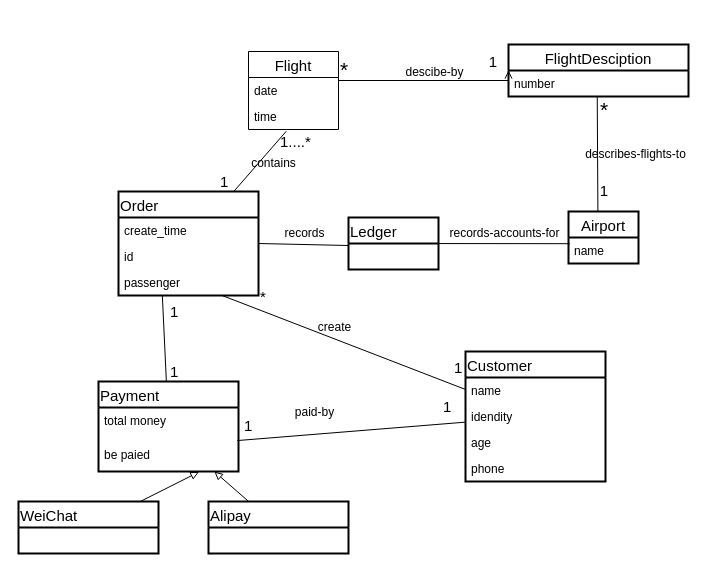
Before: Untitled Diagram.drawio in hyh957947142/drawIo, a draw.io diagram. Source tidied: cells renumbered, new cells numbered last; positions are measured from the earlier drawing's top-left corner, leaving out a move shared by most shapes. Both pictures are drawn from the tidied source at 100%, with x=0, y=0 at pixel (18, 44).
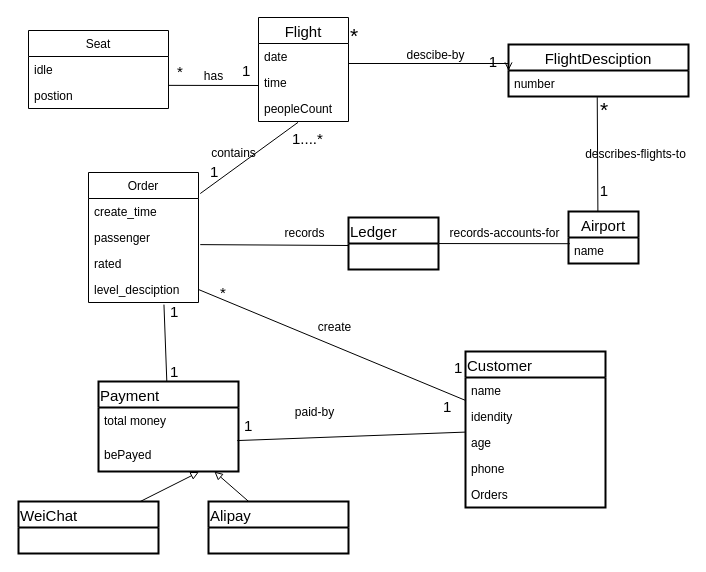
The same page after the edit.

Unchanged cells that the change refers to:
```xml
<mxCell id="8" value="time" style="text;strokeColor=none;fillColor=none;align=left;verticalAlign=top;spacingLeft=4;spacingRight=4;overflow=hidden;points=[[0,0.5],[1,0.5]];portConstraint=eastwest;" parent="6" vertex="1">
  <mxGeometry y="52" width="90" height="26" as="geometry" />
</mxCell>
<mxCell id="30" value="Payment" style="swimlane;fontStyle=0;horizontal=1;startSize=26;fillColor=none;strokeWidth=2;fontSize=15;align=left;" parent="1" vertex="1">
  <mxGeometry x="80" y="337" width="140" height="90" as="geometry" />
</mxCell>
```

Diff of the diagram source:
```diff
@@
     <mxCell id="6" value="Flight" style="swimlane;fontStyle=0;horizontal=1;startSize=26;fillColor=none;fontSize=15;" parent="1" vertex="1">
-      <mxGeometry x="230" y="7" width="90" height="78" as="geometry" />
+      <mxGeometry x="240" y="-27" width="90" height="104" as="geometry" />
     </mxCell>
@@
+    <mxCell id="53" value="peopleCount" style="text;strokeColor=none;fillColor=none;align=left;verticalAlign=top;spacingLeft=4;spacingRight=4;overflow=hidden;points=[[0,0.5],[1,0.5]];portConstraint=eastwest;" parent="6" vertex="1">
+      <mxGeometry y="78" width="90" height="26" as="geometry" />
+    </mxCell>
@@
-    <mxCell id="17" style="edgeStyle=none;rounded=0;jettySize=auto;html=1;entryX=0.419;entryY=1.069;entryDx=0;entryDy=0;entryPerimeter=0;endArrow=none;endFill=0;fontSize=15;" parent="1" edge="1" source="18" target="8">
+    <mxCell id="17" style="edgeStyle=none;rounded=0;jettySize=auto;html=1;entryX=0.439;entryY=1.034;entryDx=0;entryDy=0;entryPerimeter=0;endArrow=none;endFill=0;fontSize=15;exitX=1.016;exitY=0.162;exitDx=0;exitDy=0;exitPerimeter=0;" parent="1" edge="1" source="18" target="53">
       <mxGeometry relative="1" as="geometry" />
     </mxCell>
-    <mxCell id="18" value="Order" style="swimlane;fontStyle=0;horizontal=1;startSize=26;fillColor=none;strokeWidth=2;fontSize=15;align=left;" parent="1" vertex="1">
-      <mxGeometry x="100" y="147" width="140" height="104" as="geometry" />
-    </mxCell>
-    <mxCell id="19" value="create_time" style="text;strokeColor=none;fillColor=none;align=left;verticalAlign=top;spacingLeft=4;spacingRight=4;overflow=hidden;" parent="18" vertex="1">
-      <mxGeometry y="26" width="140" height="26" as="geometry" />
-    </mxCell>
-    <mxCell id="20" value="id" style="text;strokeColor=none;fillColor=none;align=left;verticalAlign=top;spacingLeft=4;spacingRight=4;overflow=hidden;" parent="18" vertex="1">
-      <mxGeometry y="52" width="140" height="26" as="geometry" />
-    </mxCell>
-    <mxCell id="21" value="passenger" style="text;strokeColor=none;fillColor=none;align=left;verticalAlign=top;spacingLeft=4;spacingRight=4;overflow=hidden;points=[[0,0.5],[1,0.5]];portConstraint=eastwest;" parent="18" vertex="1">
-      <mxGeometry y="78" width="140" height="26" as="geometry" />
-    </mxCell>
-    <mxCell id="22" style="edgeStyle=none;rounded=0;jettySize=auto;html=1;endArrow=none;endFill=0;fontSize=15;" parent="1" edge="1" source="24" target="21">
+    <mxCell id="22" style="edgeStyle=none;rounded=0;jettySize=auto;html=1;endArrow=none;endFill=0;fontSize=15;entryX=1;entryY=0.5;entryDx=0;entryDy=0;" parent="1" edge="1" source="24" target="63">
       <mxGeometry relative="1" as="geometry" />
     </mxCell>
@@
     <mxCell id="24" value="Customer" style="swimlane;fontStyle=0;horizontal=1;startSize=26;fillColor=none;strokeWidth=2;fontSize=15;align=left;" parent="1" vertex="1">
-      <mxGeometry x="447" y="307" width="140" height="130" as="geometry" />
+      <mxGeometry x="447" y="307" width="140" height="156" as="geometry" />
     </mxCell>
@@
+    <mxCell id="54" value="Orders" style="text;strokeColor=none;fillColor=none;align=left;verticalAlign=top;spacingLeft=4;spacingRight=4;overflow=hidden;" parent="24" vertex="1">
+      <mxGeometry y="130" width="140" height="26" as="geometry" />
+    </mxCell>
-    <mxCell id="29" style="edgeStyle=none;rounded=0;jettySize=auto;html=1;entryX=0.313;entryY=0.989;entryDx=0;entryDy=0;entryPerimeter=0;endArrow=none;endFill=0;fontSize=15;" parent="1" edge="1" source="30" target="21">
+    <mxCell id="29" style="edgeStyle=none;rounded=0;jettySize=auto;html=1;entryX=0.686;entryY=1.081;entryDx=0;entryDy=0;entryPerimeter=0;endArrow=none;endFill=0;fontSize=15;" parent="1" edge="1" source="30" target="63">
       <mxGeometry relative="1" as="geometry" />
     </mxCell>
@@
-    <mxCell id="32" value="be paied" style="text;strokeColor=none;fillColor=none;align=left;verticalAlign=top;spacingLeft=4;spacingRight=4;overflow=hidden;points=[[0,0.5],[1,0.5]];portConstraint=eastwest;" parent="30" vertex="1">
+    <mxCell id="32" value="bePayed" style="text;strokeColor=none;fillColor=none;align=left;verticalAlign=top;spacingLeft=4;spacingRight=4;overflow=hidden;points=[[0,0.5],[1,0.5]];portConstraint=eastwest;" parent="30" vertex="1">
       <mxGeometry y="60" width="140" height="30" as="geometry" />
     </mxCell>
@@
-    <mxCell id="35" style="edgeStyle=none;rounded=0;orthogonalLoop=1;jettySize=auto;html=1;endArrow=none;endFill=0;fontSize=15;exitX=0;exitY=0.5;exitDx=0;exitDy=0;" parent="1" edge="1">
+    <mxCell id="35" style="edgeStyle=none;rounded=0;jettySize=auto;html=1;endArrow=none;endFill=0;fontSize=15;exitX=0;exitY=0.5;exitDx=0;exitDy=0;entryX=1.016;entryY=0.774;entryDx=0;entryDy=0;entryPerimeter=0;" parent="1" edge="1" target="21">
       <mxGeometry relative="1" as="geometry">
         <mxPoint x="330" y="201" as="sourcePoint" />
-        <mxPoint x="240" y="199" as="targetPoint" />
       </mxGeometry>
     </mxCell>
@@
     <mxCell id="40" value="1....*" style="align=left;verticalAlign=bottom;labelBackgroundColor=none;fontSize=15;" parent="1" vertex="1">
-      <mxGeometry x="260" y="107" as="geometry" />
+      <mxGeometry x="280" y="97" as="geometry">
+        <mxPoint x="-8" y="7" as="offset" />
+      </mxGeometry>
     </mxCell>
     <mxCell id="41" value="1" style="align=left;verticalAlign=bottom;labelBackgroundColor=none;fontSize=15;" parent="1" vertex="1">
-      <mxGeometry x="200" y="147" as="geometry" />
+      <mxGeometry x="190" y="137" as="geometry" />
     </mxCell>
     <mxCell id="42" value="contains" style="text;html=1;align=center;verticalAlign=middle;labelBackgroundColor=none;rounded=0;shadow=0;strokeWidth=1;fontSize=12;" parent="1" vertex="1">
-      <mxGeometry x="250" y="117" as="geometry">
+      <mxGeometry x="210" y="107" as="geometry">
         <mxPoint x="4" y="1" as="offset" />
       </mxGeometry>
     </mxCell>
@@
     <mxCell id="51" value="*" style="align=left;verticalAlign=bottom;labelBackgroundColor=none;fontSize=15;" parent="1" vertex="1">
-      <mxGeometry x="240" y="262" as="geometry" />
+      <mxGeometry x="200" y="258" as="geometry" />
     </mxCell>
@@
+    <mxCell id="55" style="rounded=0;jettySize=auto;html=1;endArrow=none;endFill=0;exitX=0.999;exitY=0.11;exitDx=0;exitDy=0;exitPerimeter=0;" parent="1" edge="1" source="58">
+      <mxGeometry relative="1" as="geometry">
+        <mxPoint x="240" y="41" as="targetPoint" />
+      </mxGeometry>
+    </mxCell>
+    <mxCell id="56" value="Seat" style="swimlane;fontStyle=0;horizontal=1;startSize=26;fillColor=none;" parent="1" vertex="1">
+      <mxGeometry x="10" y="-14" width="140" height="78" as="geometry" />
+    </mxCell>
+    <mxCell id="57" value="idle" style="text;strokeColor=none;fillColor=none;align=left;verticalAlign=top;spacingLeft=4;spacingRight=4;overflow=hidden;" parent="56" vertex="1">
+      <mxGeometry y="26" width="140" height="26" as="geometry" />
+    </mxCell>
+    <mxCell id="58" value="postion" style="text;strokeColor=none;fillColor=none;align=left;verticalAlign=top;spacingLeft=4;spacingRight=4;overflow=hidden;points=[[0,0.5],[1,0.5]];portConstraint=eastwest;" parent="56" vertex="1">
+      <mxGeometry y="52" width="140" height="26" as="geometry" />
+    </mxCell>
+    <mxCell id="59" value="*" style="align=left;verticalAlign=bottom;labelBackgroundColor=none;fontSize=15;" parent="1" vertex="1">
+      <mxGeometry x="150" y="37" as="geometry">
+        <mxPoint x="7" as="offset" />
+      </mxGeometry>
+    </mxCell>
+    <mxCell id="60" value="1" style="align=left;verticalAlign=bottom;labelBackgroundColor=none;fontSize=15;" parent="1" vertex="1">
+      <mxGeometry x="210" y="157" as="geometry">
+        <mxPoint x="12" y="-121" as="offset" />
+      </mxGeometry>
+    </mxCell>
+    <mxCell id="61" value="has" style="text;html=1;align=center;verticalAlign=middle;labelBackgroundColor=none;rounded=0;shadow=0;strokeWidth=1;fontSize=12;" parent="1" vertex="1">
+      <mxGeometry x="170" y="25" as="geometry">
+        <mxPoint x="24" y="6" as="offset" />
+      </mxGeometry>
+    </mxCell>
+    <mxCell id="18" value="Order" style="swimlane;fontStyle=0;horizontal=1;startSize=26;fillColor=none;" parent="1" vertex="1">
+      <mxGeometry x="70" y="128" width="110" height="130" as="geometry" />
+    </mxCell>
+    <mxCell id="19" value="create_time" style="text;strokeColor=none;fillColor=none;align=left;verticalAlign=top;spacingLeft=4;spacingRight=4;overflow=hidden;" parent="18" vertex="1">
+      <mxGeometry y="26" width="110" height="26" as="geometry" />
+    </mxCell>
+    <mxCell id="21" value="passenger" style="text;strokeColor=none;fillColor=none;align=left;verticalAlign=top;spacingLeft=4;spacingRight=4;overflow=hidden;points=[[0,0.5],[1,0.5]];portConstraint=eastwest;" parent="18" vertex="1">
+      <mxGeometry y="52" width="110" height="26" as="geometry" />
+    </mxCell>
+    <mxCell id="62" value="rated" style="text;strokeColor=none;fillColor=none;align=left;verticalAlign=top;spacingLeft=4;spacingRight=4;overflow=hidden;" parent="18" vertex="1">
+      <mxGeometry y="78" width="110" height="26" as="geometry" />
+    </mxCell>
+    <mxCell id="63" value="level_desciption" style="text;strokeColor=none;fillColor=none;align=left;verticalAlign=top;spacingLeft=4;spacingRight=4;overflow=hidden;points=[[0,0.5],[1,0.5]];portConstraint=eastwest;" parent="18" vertex="1">
+      <mxGeometry y="104" width="110" height="26" as="geometry" />
+    </mxCell>
```
